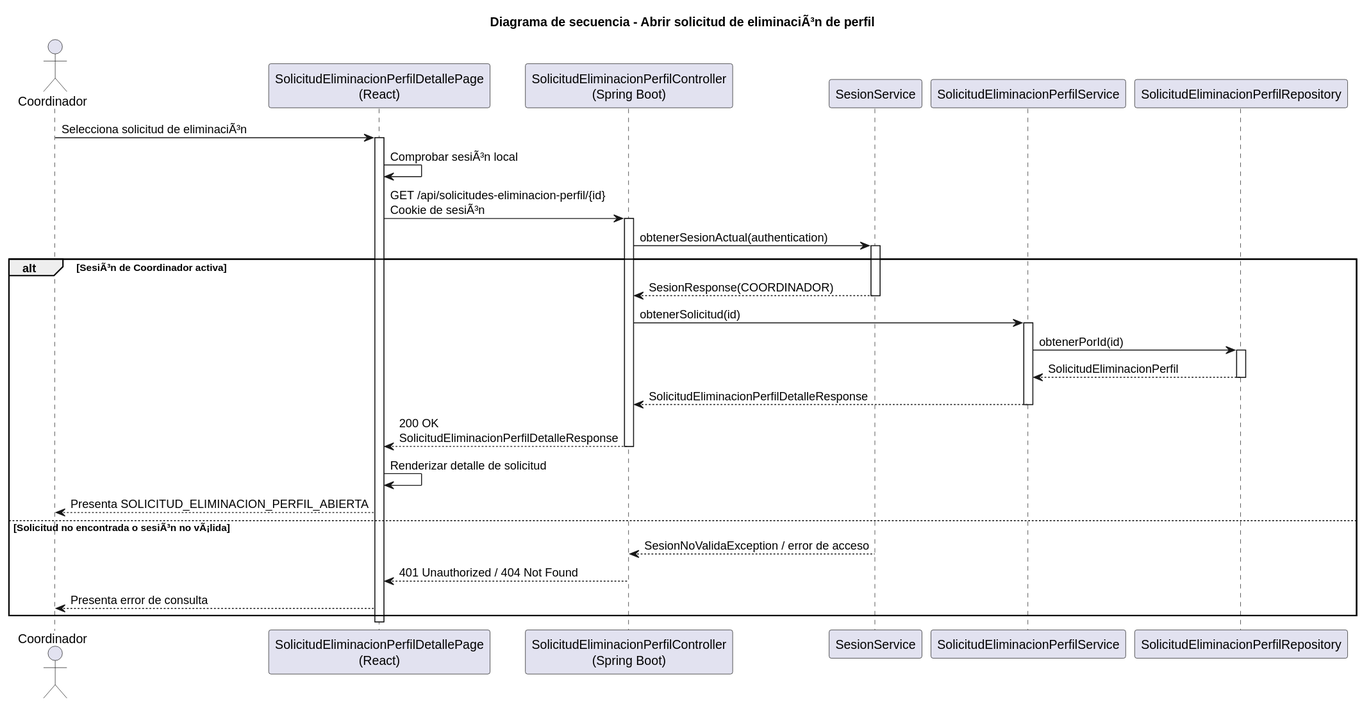
Earlier version of the PlantUML export images/RUP/02-diseño/casos-uso/coordinador/abrirSolicitudEliminacionPerfil/secuencia.svg (beatriizorozco/25-26-idsw2-sdVC).
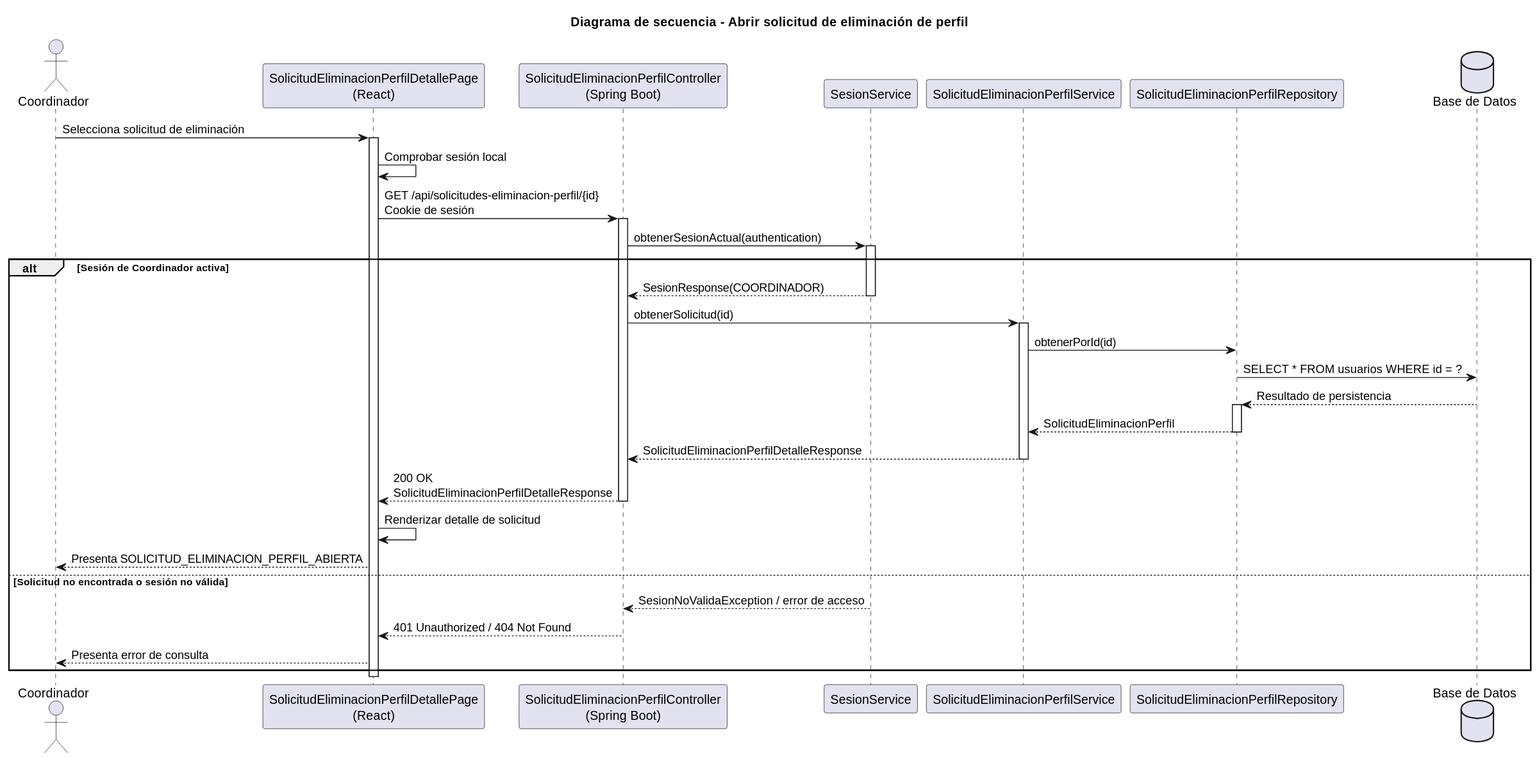
After the commit.

What changed in the source:
```diff
@@ -1,5 +1,5 @@
 @startuml
-title Diagrama de secuencia - Abrir solicitud de eliminaciÃ³n de perfil
+title Diagrama de secuencia - Abrir solicitud de eliminación de perfil
 
 actor Coordinador
 participant "SolicitudEliminacionPerfilDetallePage\n(React)" as Frontend
@@ -7,20 +7,23 @@
 participant "SesionService" as Sesion
 participant "SolicitudEliminacionPerfilService" as SolicitudService
 participant "SolicitudEliminacionPerfilRepository" as SolicitudRepository
+database "Base de Datos" as DB
 
-Coordinador -> Frontend: Selecciona solicitud de eliminaciÃ³n
+Coordinador -> Frontend: Selecciona solicitud de eliminación
 activate Frontend
-Frontend -> Frontend: Comprobar sesiÃ³n local
-Frontend -> Api: GET /api/solicitudes-eliminacion-perfil/{id}\nCookie de sesiÃ³n
+Frontend -> Frontend: Comprobar sesión local
+Frontend -> Api: GET /api/solicitudes-eliminacion-perfil/{id}\nCookie de sesión
 activate Api
 Api -> Sesion: obtenerSesionActual(authentication)
 activate Sesion
-alt SesiÃ³n de Coordinador activa
+alt Sesión de Coordinador activa
     Sesion --> Api: SesionResponse(COORDINADOR)
     deactivate Sesion
     Api -> SolicitudService: obtenerSolicitud(id)
     activate SolicitudService
     SolicitudService -> SolicitudRepository: obtenerPorId(id)
+    SolicitudRepository -> DB: SELECT * FROM usuarios WHERE id = ?
+    DB --> SolicitudRepository: Resultado de persistencia
     activate SolicitudRepository
     SolicitudRepository --> SolicitudService: SolicitudEliminacionPerfil
     deactivate SolicitudRepository
@@ -30,7 +33,7 @@
     deactivate Api
     Frontend -> Frontend: Renderizar detalle de solicitud
     Frontend --> Coordinador: Presenta SOLICITUD_ELIMINACION_PERFIL_ABIERTA
-else Solicitud no encontrada o sesiÃ³n no vÃ¡lida
+else Solicitud no encontrada o sesión no válida
     Sesion --> Api: SesionNoValidaException / error de acceso
     deactivate Sesion
     Api --> Frontend: 401 Unauthorized / 404 Not Found
```
